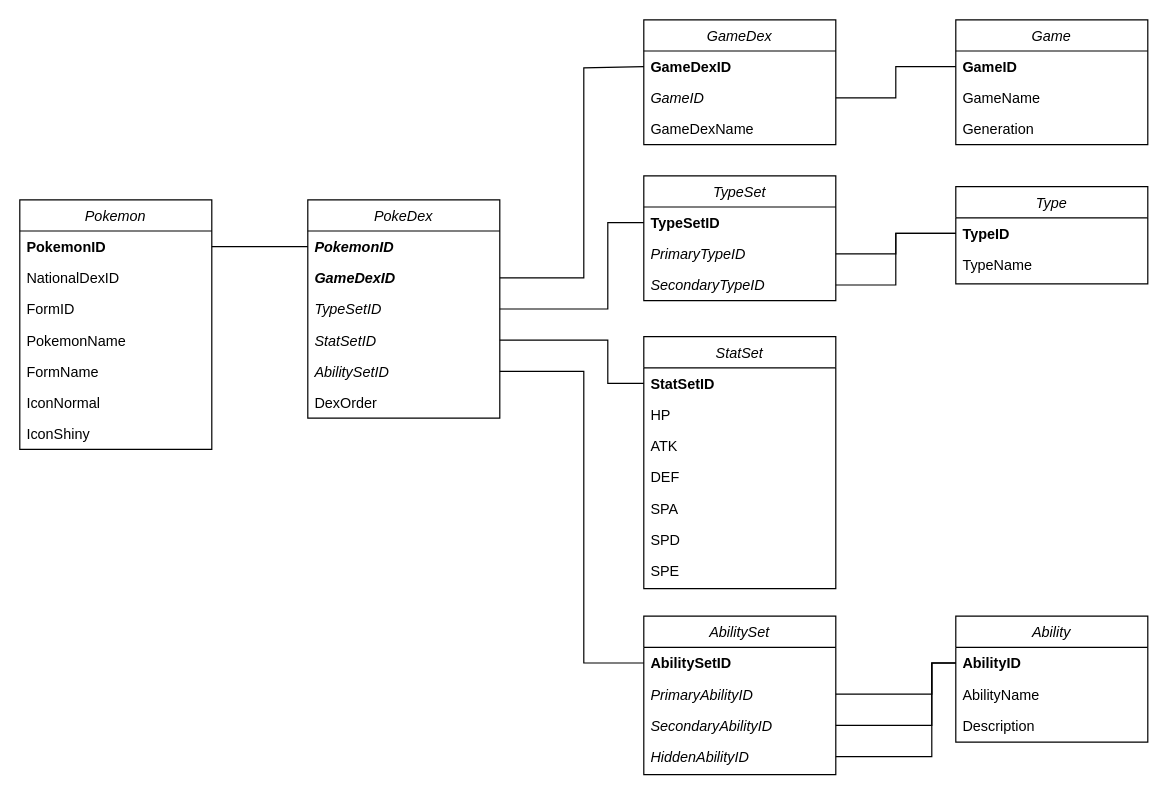
This is DB/DatabaseERD.drawio from Zesty-Fork/PyPokedex, a draw.io file, before an edit. Source tidied: cells renumbered, new cells numbered last; positions are measured from the earlier drawing's top-left corner, leaving out a move shared by most shapes. Both pictures are drawn from the tidied source at 120%, with x=0, y=0 at pixel (19, 19).
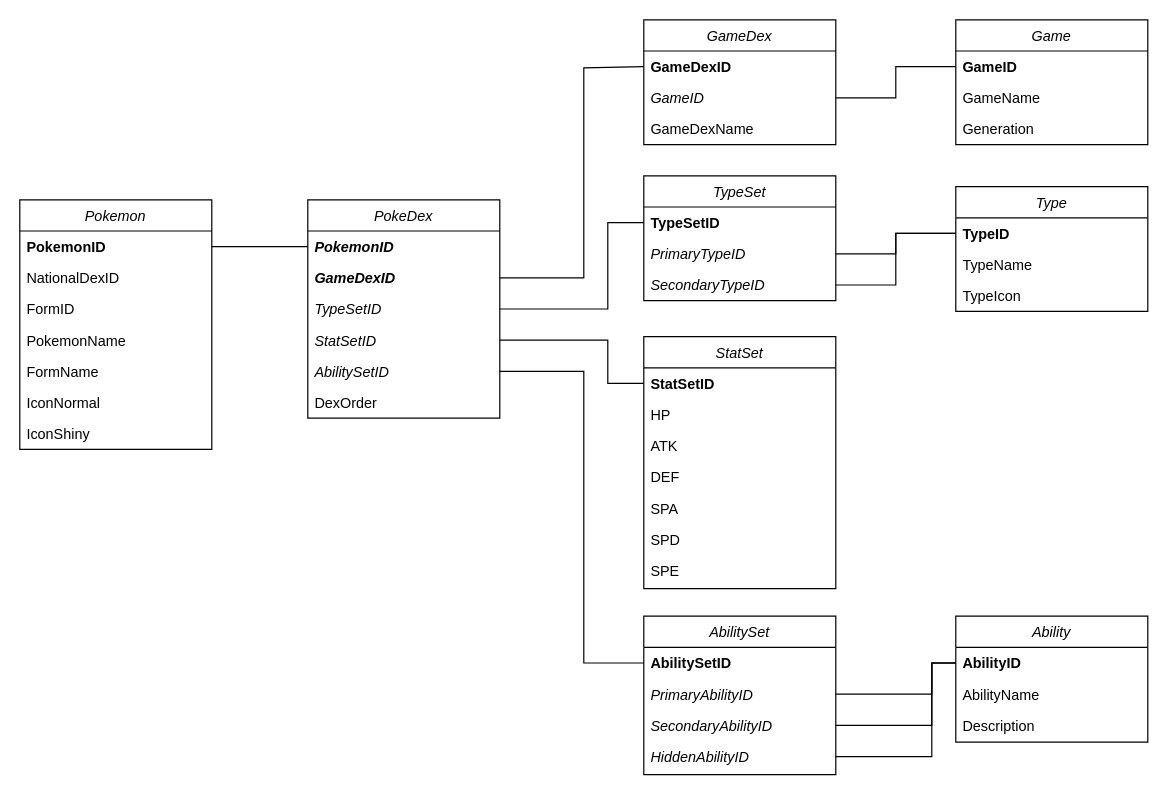
The same page after the edit.

Change to the diagram source:
```diff
@@
     <mxCell id="50" value="Type" style="swimlane;fontStyle=2;align=center;verticalAlign=top;horizontal=1;startSize=26;rounded=0;shadow=0;strokeWidth=1;" parent="1" vertex="1">
-      <mxGeometry x="780" y="139" width="160" height="81" as="geometry" />
+      <mxGeometry x="780" y="139" width="160" height="104" as="geometry" />
     </mxCell>
@@
+    <mxCell id="60" value="TypeIcon" style="text;align=left;verticalAlign=top;spacingLeft=4;spacingRight=4;overflow=hidden;fontStyle=0;" parent="50" vertex="1">
+      <mxGeometry y="78" width="160" height="26" as="geometry" />
+    </mxCell>
```
